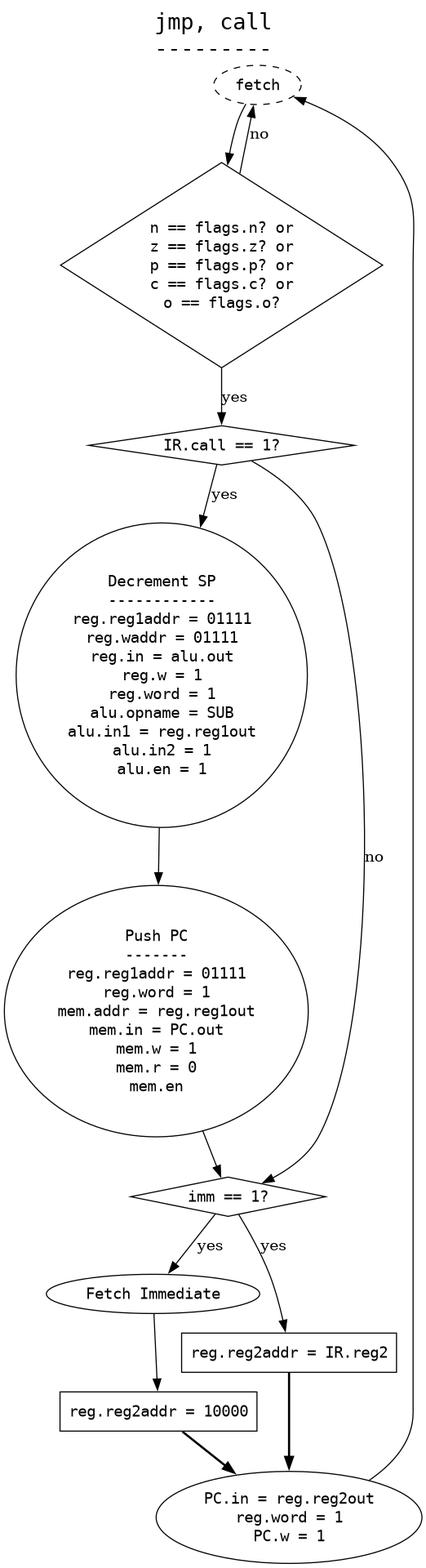
The Graphviz diagram docs/FSM/jmp.png in goll72/shrimp, before a commit. Its source is kept beside it as docs/FSM/src/jmp.dot.
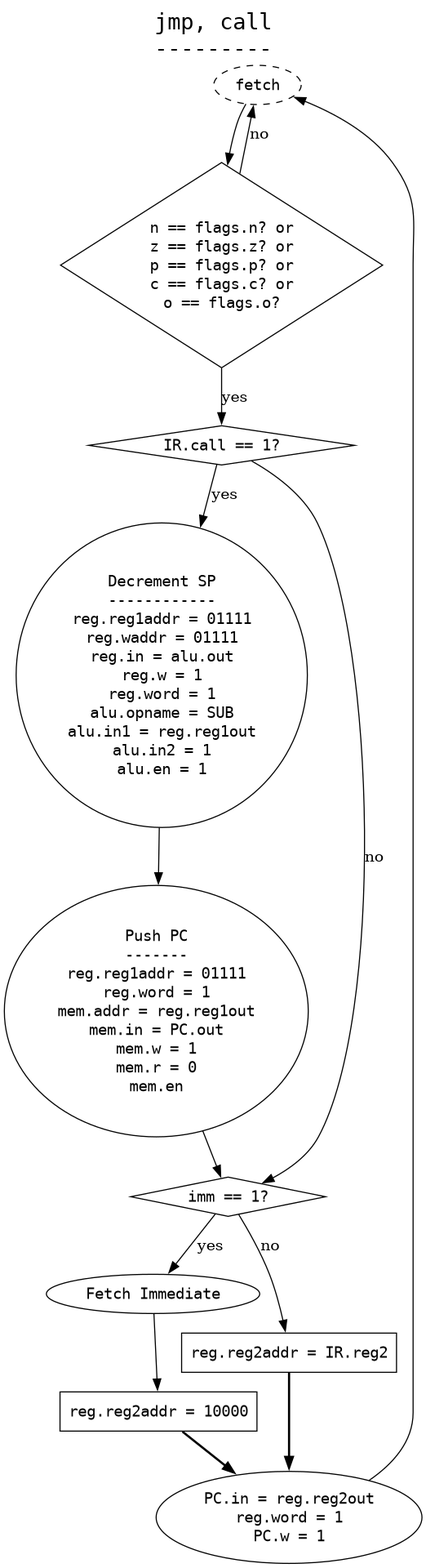
The same diagram one commit later.

Change to the diagram source:
```diff
@@ -28,7 +28,7 @@
 	IsCall -> IsImm [label="no"];
 
 	IsImm -> FetchImm [label="yes"];
-	IsImm -> Reg2     [label="yes"];
+	IsImm -> Reg2     [label="no"];
 
 	FetchImm -> RegImm;
 	RegImm -> SetPC [style=bold];
```
